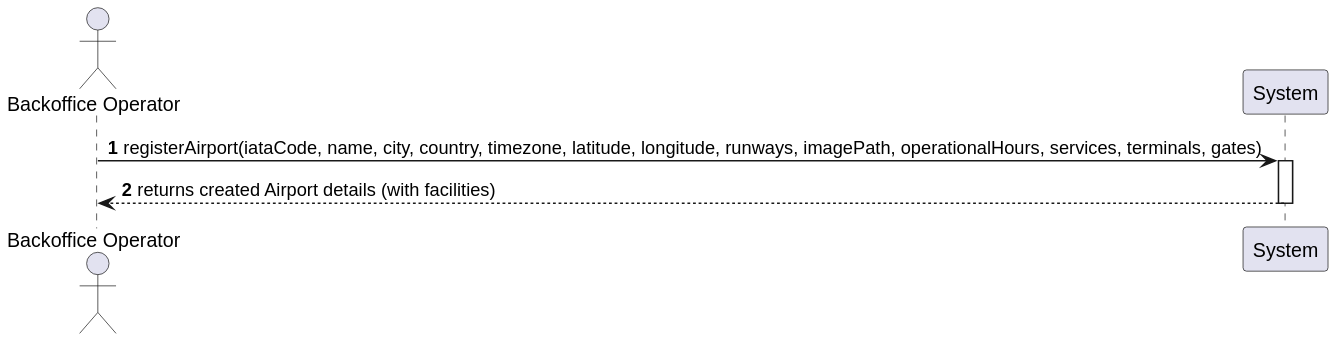
Above: docs/system-documentation/use-cases/WP2B/US207/svg/ssd_us207.svg in VascoMagolo/psoft_1231562_1241692_1242036_2db (PlantUML), before the change.
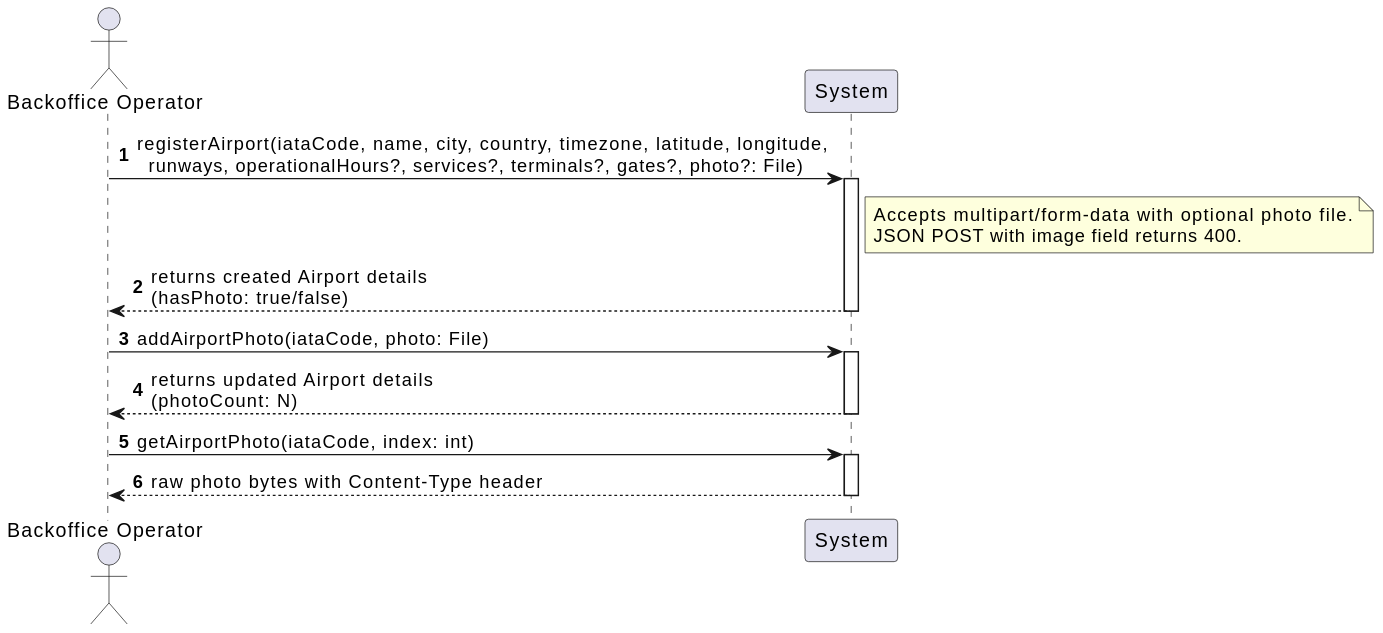
After the change.

Diff of the diagram source:
```diff
@@ -3,8 +3,22 @@
 actor "Backoffice Operator" as BO
 participant "System" as Sys
 
-BO -> Sys : registerAirport(iataCode, name, city, country, timezone, latitude, longitude, runways, imagePath, operationalHours, services, terminals, gates)
+BO -> Sys : registerAirport(iataCode, name, city, country, timezone, latitude, longitude,\n  runways, operationalHours?, services?, terminals?, gates?, photo?: File)
 activate Sys
-Sys --> BO : returns created Airport details (with facilities)
+note right of Sys
+  Accepts multipart/form-data with optional photo file.
+  JSON POST with image field returns 400.
+end note
+Sys --> BO : returns created Airport details\n(hasPhoto: true/false)
+deactivate Sys
+
+BO -> Sys : addAirportPhoto(iataCode, photo: File)
+activate Sys
+Sys --> BO : returns updated Airport details\n(photoCount: N)
+deactivate Sys
+
+BO -> Sys : getAirportPhoto(iataCode, index: int)
+activate Sys
+Sys --> BO : raw photo bytes with Content-Type header
 deactivate Sys
 @enduml
```
